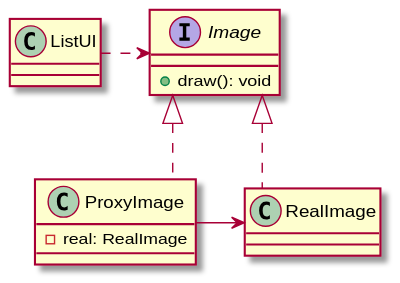
Before: juwon.kim/ch07/resources/05-proxy.svg, a diagram exported from PlantUML (meshkorea/study-oop-pattern).
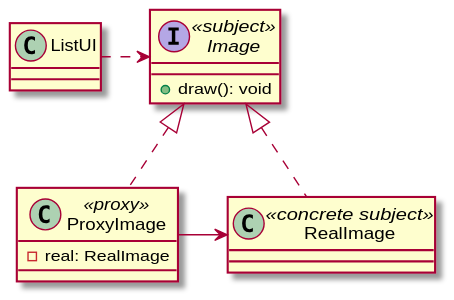
Later version of the same file.

Change to the diagram source:
```diff
@@ -1,17 +1,16 @@
 @startuml
-skinparam linetype ortho
 
 class ListUI {}
 
-interface Image {
+interface Image <<subject>> {
   + draw(): void
 }
 
-class ProxyImage implements Image {
+class ProxyImage <<proxy>> implements Image {
   - real: RealImage
 }
 
-class RealImage implements Image {}
+class RealImage <<concrete subject>> implements Image {}
 
 ListUI .> Image
 ProxyImage -> RealImage
```
